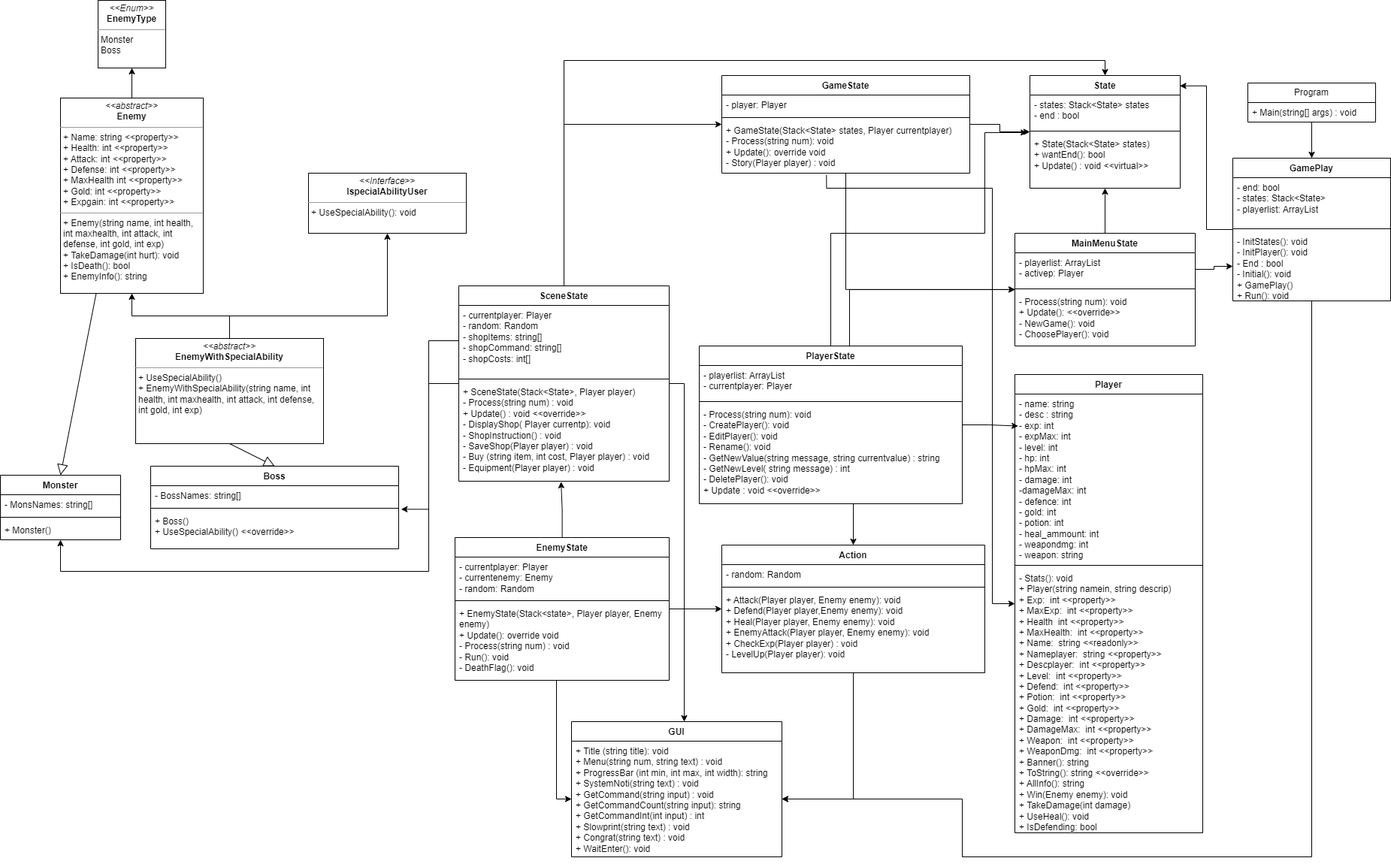
The draw.io diagram Week 6/6.2/ClassDiagram.Draft.png in MinMinis/COS20007---Object-Oriented-Programming, before a commit. Source tidied: cells renumbered, new cells last; positions are measured from the earlier drawing's top-left corner, leaving out a move shared by most shapes.
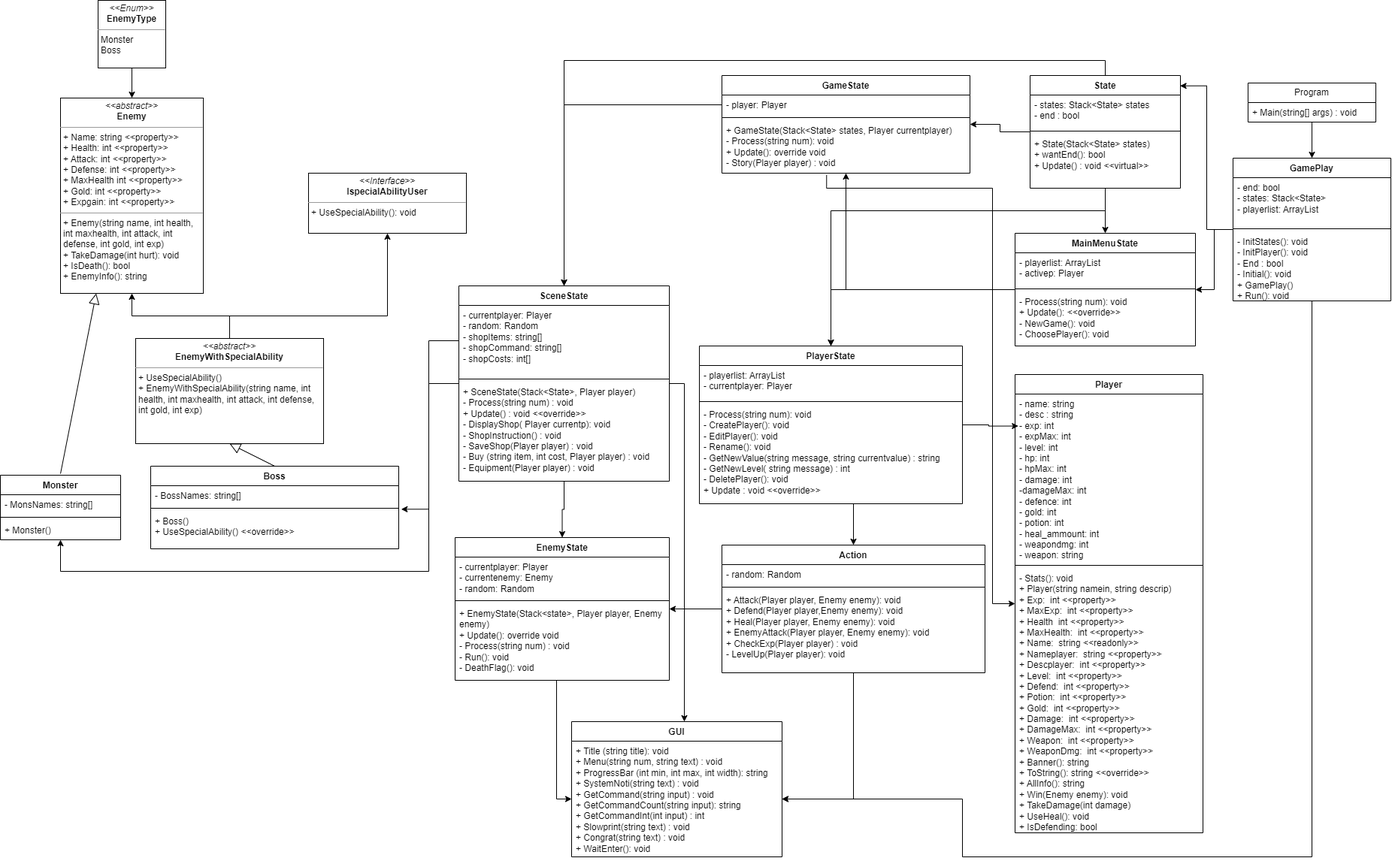
After the commit.

Change to the diagram source:
```diff
@@ -5,6 +5,9 @@
     <mxCell id="2" value="&lt;p style=&quot;margin:0px;margin-top:4px;text-align:center;&quot;&gt;&lt;i&gt;&amp;lt;&amp;lt;Interface&amp;gt;&amp;gt;&lt;/i&gt;&lt;br&gt;&lt;b&gt;IspecialAbilityUser&lt;/b&gt;&lt;/p&gt;&lt;hr size=&quot;1&quot;&gt;&lt;p style=&quot;margin:0px;margin-left:4px;&quot;&gt;&lt;/p&gt;&lt;p style=&quot;margin:0px;margin-left:4px;&quot;&gt;+ UseSpecialAbility(): void&lt;br&gt;&lt;br&gt;&lt;/p&gt;" style="verticalAlign=top;align=left;overflow=fill;fontSize=12;fontFamily=Helvetica;html=1;whiteSpace=wrap;" parent="1" vertex="1">
       <mxGeometry x="410" y="230" width="210" height="80" as="geometry" />
     </mxCell>
+    <mxCell id="80" style="edgeStyle=orthogonalEdgeStyle;rounded=0;jettySize=auto;html=1;entryX=0.5;entryY=0;entryDx=0;entryDy=0;" parent="1" edge="1" source="3" target="8">
+      <mxGeometry relative="1" as="geometry" />
+    </mxCell>
     <mxCell id="3" value="&lt;p style=&quot;margin:0px;margin-top:4px;text-align:center;&quot;&gt;&lt;i&gt;&amp;lt;&amp;lt;Enum&amp;gt;&amp;gt;&lt;/i&gt;&lt;br&gt;&lt;b&gt;EnemyType&lt;/b&gt;&lt;/p&gt;&lt;hr size=&quot;1&quot;&gt;&lt;p style=&quot;margin:0px;margin-left:4px;&quot;&gt;Monster&lt;/p&gt;&lt;p style=&quot;margin:0px;margin-left:4px;&quot;&gt;Boss&lt;/p&gt;&lt;p style=&quot;margin:0px;margin-left:4px;&quot;&gt;&lt;br&gt;&lt;/p&gt;" style="verticalAlign=top;align=left;overflow=fill;fontSize=12;fontFamily=Helvetica;html=1;whiteSpace=wrap;" parent="1" vertex="1">
       <mxGeometry x="130" width="90" height="90" as="geometry" />
     </mxCell>
@@ -23,15 +26,15 @@
     <mxCell id="6" value="&lt;p style=&quot;margin:0px;margin-top:4px;text-align:center;&quot;&gt;&lt;i&gt;&amp;lt;&amp;lt;abstract&amp;gt;&amp;gt;&lt;/i&gt;&lt;br&gt;&lt;b&gt;EnemyWithSpecialAbility&lt;/b&gt;&lt;/p&gt;&lt;hr size=&quot;1&quot;&gt;&lt;p style=&quot;margin:0px;margin-left:4px;&quot;&gt;&lt;span style=&quot;background-color: initial;&quot;&gt;+ UseSpecialAbility()&lt;/span&gt;&lt;/p&gt;&lt;p style=&quot;margin:0px;margin-left:4px;&quot;&gt;+ EnemyWithSpecialAbility(string name, int health, int maxhealth, int attack, int defense, int gold, int exp)&lt;/p&gt;" style="verticalAlign=top;align=left;overflow=fill;fontSize=12;fontFamily=Helvetica;html=1;whiteSpace=wrap;" parent="1" vertex="1">
       <mxGeometry x="180" y="450" width="250" height="140" as="geometry" />
     </mxCell>
-    <mxCell id="7" style="edgeStyle=orthogonalEdgeStyle;rounded=0;jettySize=auto;html=1;" parent="1" edge="1" source="8" target="3">
-      <mxGeometry relative="1" as="geometry" />
-    </mxCell>
     <mxCell id="8" value="&lt;p style=&quot;margin:0px;margin-top:4px;text-align:center;&quot;&gt;&lt;i&gt;&amp;lt;&amp;lt;abstract&amp;gt;&amp;gt;&lt;/i&gt;&lt;br&gt;&lt;b&gt;Enemy&lt;/b&gt;&lt;/p&gt;&lt;hr size=&quot;1&quot;&gt;&lt;p style=&quot;margin:0px;margin-left:4px;&quot;&gt;+ Name: string &amp;lt;&amp;lt;property&amp;gt;&amp;gt;&lt;br&gt;+ Health: int &amp;lt;&amp;lt;property&amp;gt;&amp;gt;&lt;/p&gt;&lt;p style=&quot;margin:0px;margin-left:4px;&quot;&gt;+ Attack: int &amp;lt;&amp;lt;property&amp;gt;&amp;gt;&lt;/p&gt;&lt;p style=&quot;border-color: var(--border-color); margin: 0px 0px 0px 4px;&quot;&gt;+ Defense: int &amp;lt;&amp;lt;property&amp;gt;&amp;gt;&lt;/p&gt;&lt;p style=&quot;border-color: var(--border-color); margin: 0px 0px 0px 4px;&quot;&gt;+ MaxHealth int &amp;lt;&amp;lt;property&amp;gt;&amp;gt;&lt;/p&gt;&lt;div&gt;&lt;p style=&quot;border-color: var(--border-color); margin: 0px 0px 0px 4px;&quot;&gt;+ Gold: int &amp;lt;&amp;lt;property&amp;gt;&amp;gt;&lt;/p&gt;&lt;p style=&quot;border-color: var(--border-color); margin: 0px 0px 0px 4px;&quot;&gt;+ Expgain: int &amp;lt;&amp;lt;property&amp;gt;&amp;gt;&lt;/p&gt;&lt;/div&gt;&lt;hr size=&quot;1&quot;&gt;&lt;p style=&quot;margin:0px;margin-left:4px;&quot;&gt;+ Enemy(string name, int health, int maxhealth, int attack, int defense, int gold, int exp)&lt;br&gt;+ TakeDamage(int hurt): void&lt;/p&gt;&lt;p style=&quot;margin:0px;margin-left:4px;&quot;&gt;+ IsDeath(): bool&lt;/p&gt;&lt;p style=&quot;margin:0px;margin-left:4px;&quot;&gt;+ EnemyInfo(): string&lt;/p&gt;" style="verticalAlign=top;align=left;overflow=fill;fontSize=12;fontFamily=Helvetica;html=1;whiteSpace=wrap;" parent="1" vertex="1">
       <mxGeometry x="80" y="130" width="190" height="260" as="geometry" />
     </mxCell>
     <mxCell id="9" style="edgeStyle=orthogonalEdgeStyle;rounded=0;jettySize=auto;html=1;entryX=1;entryY=0.5;entryDx=0;entryDy=0;" parent="1" edge="1" source="10" target="37">
       <mxGeometry relative="1" as="geometry" />
     </mxCell>
+    <mxCell id="81" style="edgeStyle=orthogonalEdgeStyle;rounded=0;jettySize=auto;html=1;" parent="1" edge="1" source="10" target="20">
+      <mxGeometry relative="1" as="geometry" />
+    </mxCell>
     <mxCell id="10" value="Action" style="swimlane;fontStyle=1;align=center;verticalAlign=top;horizontal=1;startSize=26;whiteSpace=wrap;html=1;" parent="1" vertex="1">
       <mxGeometry x="960" y="725" width="350" height="170" as="geometry" />
     </mxCell>
@@ -56,12 +59,6 @@
     <mxCell id="17" value="+ Boss()&lt;br&gt;+ UseSpecialAbility() &amp;lt;&amp;lt;override&amp;gt;&amp;gt;" style="text;strokeColor=none;fillColor=none;align=left;verticalAlign=top;spacingLeft=4;spacingRight=4;overflow=hidden;points=[[0,0.5],[1,0.5]];portConstraint=eastwest;whiteSpace=wrap;html=1;" parent="14" vertex="1">
       <mxGeometry y="60" width="330" height="50" as="geometry" />
     </mxCell>
-    <mxCell id="18" style="edgeStyle=orthogonalEdgeStyle;rounded=0;jettySize=auto;html=1;entryX=0.486;entryY=1.006;entryDx=0;entryDy=0;entryPerimeter=0;" parent="1" edge="1" source="20" target="69">
-      <mxGeometry relative="1" as="geometry" />
-    </mxCell>
-    <mxCell id="19" style="edgeStyle=orthogonalEdgeStyle;rounded=0;jettySize=auto;html=1;" parent="1" edge="1" source="20" target="10">
-      <mxGeometry relative="1" as="geometry" />
-    </mxCell>
     <mxCell id="20" value="EnemyState" style="swimlane;fontStyle=1;align=center;verticalAlign=top;horizontal=1;startSize=26;whiteSpace=wrap;html=1;" parent="1" vertex="1">
       <mxGeometry x="605" y="715" width="285" height="190" as="geometry" />
     </mxCell>
@@ -86,6 +83,9 @@
         </Array>
       </mxGeometry>
     </mxCell>
+    <mxCell id="82" style="edgeStyle=orthogonalEdgeStyle;rounded=0;jettySize=auto;html=1;" parent="1" edge="1" source="26" target="39">
+      <mxGeometry relative="1" as="geometry" />
+    </mxCell>
     <mxCell id="26" value="GamePlay" style="swimlane;fontStyle=1;align=center;verticalAlign=top;horizontal=1;startSize=26;whiteSpace=wrap;html=1;" parent="1" vertex="1">
       <mxGeometry x="1640" y="210" width="210" height="190" as="geometry" />
     </mxCell>
@@ -98,12 +98,6 @@
     <mxCell id="29" value="- InitStates(): void&lt;br&gt;- InitPlayer(): void&lt;br&gt;- End : bool&lt;br&gt;- Initial(): void&lt;br&gt;+ GamePlay()&lt;br&gt;+ Run(): void" style="text;strokeColor=none;fillColor=none;align=left;verticalAlign=top;spacingLeft=4;spacingRight=4;overflow=hidden;points=[[0,0.5],[1,0.5]];portConstraint=eastwest;whiteSpace=wrap;html=1;" parent="26" vertex="1">
       <mxGeometry y="98" width="210" height="92" as="geometry" />
     </mxCell>
-    <mxCell id="30" style="edgeStyle=orthogonalEdgeStyle;rounded=0;jettySize=auto;html=1;entryX=0.001;entryY=-0.044;entryDx=0;entryDy=0;entryPerimeter=0;" parent="1" edge="1" source="32" target="42">
-      <mxGeometry relative="1" as="geometry" />
-    </mxCell>
-    <mxCell id="31" style="edgeStyle=orthogonalEdgeStyle;rounded=0;jettySize=auto;html=1;" parent="1" edge="1" source="32" target="70">
-      <mxGeometry relative="1" as="geometry" />
-    </mxCell>
     <mxCell id="32" value="GameState" style="swimlane;fontStyle=1;align=center;verticalAlign=top;horizontal=1;startSize=26;whiteSpace=wrap;html=1;" parent="1" vertex="1">
       <mxGeometry x="960" y="100" width="330" height="130" as="geometry" />
     </mxCell>
@@ -122,9 +116,12 @@
     <mxCell id="37" value="+ Title (string title): void&lt;br&gt;+ Menu(string num, string text) : void&lt;br&gt;+ ProgressBar (int min, int max, int width): string&lt;br&gt;+ SystemNoti(string text) : void&lt;br&gt;+ GetCommand(string input) : void&lt;br&gt;+ GetCommandCount(string input): string&lt;br&gt;+ GetCommandInt(int input) : int&lt;br&gt;+ Slowprint(string text) : void&lt;br&gt;+ Congrat(string text) : void&lt;br&gt;+ WaitEnter(): void" style="text;strokeColor=none;fillColor=none;align=left;verticalAlign=top;spacingLeft=4;spacingRight=4;overflow=hidden;points=[[0,0.5],[1,0.5]];portConstraint=eastwest;whiteSpace=wrap;html=1;" parent="36" vertex="1">
       <mxGeometry y="26" width="280" height="154" as="geometry" />
     </mxCell>
-    <mxCell id="38" style="edgeStyle=orthogonalEdgeStyle;rounded=0;jettySize=auto;html=1;" parent="1" edge="1" source="39" target="70">
-      <mxGeometry relative="1" as="geometry" />
-    </mxCell>
+    <mxCell id="83" style="edgeStyle=orthogonalEdgeStyle;rounded=0;jettySize=auto;html=1;entryX=0.5;entryY=0;entryDx=0;entryDy=0;" parent="1" edge="1" source="39" target="55">
+      <mxGeometry relative="1" as="geometry" />
+    </mxCell>
+    <mxCell id="84" style="edgeStyle=orthogonalEdgeStyle;rounded=0;jettySize=auto;html=1;" parent="1" edge="1" source="39" target="32">
+      <mxGeometry relative="1" as="geometry" />
+    </mxCell>
     <mxCell id="39" value="MainMenuState" style="swimlane;fontStyle=1;align=center;verticalAlign=top;horizontal=1;startSize=26;whiteSpace=wrap;html=1;" parent="1" vertex="1">
       <mxGeometry x="1350" y="310" width="240" height="150" as="geometry" />
     </mxCell>
@@ -161,15 +158,6 @@
     <mxCell id="50" value="- Stats(): void&lt;br&gt;+ Player(string namein, string descrip)&lt;br&gt;+ Exp:&amp;nbsp; int &amp;lt;&amp;lt;property&amp;gt;&amp;gt;&lt;br&gt;+ MaxExp:&amp;nbsp; int &amp;lt;&amp;lt;property&amp;gt;&amp;gt;&lt;br&gt;+ Health&amp;nbsp; int &amp;lt;&amp;lt;property&amp;gt;&amp;gt;&lt;br&gt;+ MaxHealth:&amp;nbsp; int &amp;lt;&amp;lt;property&amp;gt;&amp;gt;&lt;br&gt;+ Name:&amp;nbsp; string &amp;lt;&amp;lt;readonly&amp;gt;&amp;gt;&lt;br&gt;+ Nameplayer:&amp;nbsp; string &amp;lt;&amp;lt;property&amp;gt;&amp;gt;&lt;br&gt;+ Descplayer:&amp;nbsp; int &amp;lt;&amp;lt;property&amp;gt;&amp;gt;&lt;br&gt;+ Level:&amp;nbsp; int &amp;lt;&amp;lt;property&amp;gt;&amp;gt;&lt;br&gt;+ Defend:&amp;nbsp; int &amp;lt;&amp;lt;property&amp;gt;&amp;gt;&lt;br&gt;+ Potion:&amp;nbsp; int &amp;lt;&amp;lt;property&amp;gt;&amp;gt;&lt;br&gt;+ Gold:&amp;nbsp; int &amp;lt;&amp;lt;property&amp;gt;&amp;gt;&lt;br&gt;+ Damage:&amp;nbsp; int &amp;lt;&amp;lt;property&amp;gt;&amp;gt;&lt;br&gt;+ DamageMax:&amp;nbsp; int &amp;lt;&amp;lt;property&amp;gt;&amp;gt;&lt;br&gt;+ Weapon:&amp;nbsp; int &amp;lt;&amp;lt;property&amp;gt;&amp;gt;&lt;br&gt;+ WeaponDmg:&amp;nbsp; int &amp;lt;&amp;lt;property&amp;gt;&amp;gt;&lt;br&gt;+ Banner(): string&lt;br&gt;+ ToString(): string &amp;lt;&amp;lt;override&amp;gt;&amp;gt;&lt;br&gt;+ AllInfo(): string&lt;br&gt;+ Win(Enemy enemy): void&lt;br&gt;+ TakeDamage(int damage)&lt;br&gt;+ UseHeal(): void&lt;br&gt;+ IsDefending: bool" style="text;strokeColor=none;fillColor=none;align=left;verticalAlign=top;spacingLeft=4;spacingRight=4;overflow=hidden;whiteSpace=wrap;html=1;" parent="47" vertex="1">
       <mxGeometry y="258" width="250" height="352" as="geometry" />
     </mxCell>
-    <mxCell id="51" style="edgeStyle=orthogonalEdgeStyle;rounded=0;jettySize=auto;html=1;entryX=-0.019;entryY=-0.029;entryDx=0;entryDy=0;entryPerimeter=0;" parent="1" edge="1" source="55" target="73">
-      <mxGeometry relative="1" as="geometry">
-        <Array as="points">
-          <mxPoint x="1105" y="310" />
-          <mxPoint x="1310" y="310" />
-          <mxPoint x="1310" y="176" />
-        </Array>
-      </mxGeometry>
-    </mxCell>
     <mxCell id="52" style="edgeStyle=orthogonalEdgeStyle;rounded=0;jettySize=auto;html=1;entryX=0.5;entryY=0;entryDx=0;entryDy=0;" parent="1" edge="1" source="55" target="10">
       <mxGeometry relative="1" as="geometry">
         <Array as="points">
@@ -178,13 +166,6 @@
         </Array>
       </mxGeometry>
     </mxCell>
-    <mxCell id="53" style="edgeStyle=orthogonalEdgeStyle;rounded=0;jettySize=auto;html=1;" parent="1" edge="1" source="55" target="39">
-      <mxGeometry relative="1" as="geometry">
-        <Array as="points">
-          <mxPoint x="1130" y="385" />
-        </Array>
-      </mxGeometry>
-    </mxCell>
     <mxCell id="54" style="edgeStyle=orthogonalEdgeStyle;rounded=0;jettySize=auto;html=1;entryX=0.017;entryY=0.19;entryDx=0;entryDy=0;entryPerimeter=0;" parent="1" edge="1" source="55" target="48">
       <mxGeometry relative="1" as="geometry" />
     </mxCell>
@@ -209,14 +190,6 @@
     <mxCell id="61" value="+ Main(string[] args) : void" style="text;strokeColor=none;fillColor=none;align=left;verticalAlign=top;spacingLeft=4;spacingRight=4;overflow=hidden;whiteSpace=wrap;html=1;" parent="60" vertex="1">
       <mxGeometry y="26" width="170" height="26" as="geometry" />
     </mxCell>
-    <mxCell id="62" style="edgeStyle=orthogonalEdgeStyle;rounded=0;jettySize=auto;html=1;entryX=0.5;entryY=0;entryDx=0;entryDy=0;" parent="1" edge="1" source="66" target="70">
-      <mxGeometry relative="1" as="geometry">
-        <Array as="points">
-          <mxPoint x="750" y="80" />
-          <mxPoint x="1470" y="80" />
-        </Array>
-      </mxGeometry>
-    </mxCell>
     <mxCell id="63" style="edgeStyle=orthogonalEdgeStyle;rounded=0;jettySize=auto;html=1;" parent="1" edge="1" source="66" target="43">
       <mxGeometry relative="1" as="geometry">
         <Array as="points">
@@ -235,13 +208,9 @@
         </Array>
       </mxGeometry>
     </mxCell>
-    <mxCell id="65" style="edgeStyle=orthogonalEdgeStyle;rounded=0;jettySize=auto;html=1;" parent="1" edge="1" source="66" target="32">
-      <mxGeometry relative="1" as="geometry">
-        <Array as="points">
-          <mxPoint x="750" y="165" />
-        </Array>
-      </mxGeometry>
-    </mxCell>
+    <mxCell id="85" style="edgeStyle=orthogonalEdgeStyle;rounded=0;jettySize=auto;html=1;entryX=0.5;entryY=0;entryDx=0;entryDy=0;" parent="1" edge="1" source="66" target="20">
+      <mxGeometry relative="1" as="geometry" />
+    </mxCell>
     <mxCell id="66" value="SceneState" style="swimlane;fontStyle=1;align=center;verticalAlign=top;horizontal=1;startSize=26;whiteSpace=wrap;html=1;" parent="1" vertex="1">
       <mxGeometry x="610" y="380" width="280" height="260" as="geometry" />
     </mxCell>
@@ -254,6 +223,28 @@
     <mxCell id="69" value="+ SceneState(Stack&amp;lt;State&amp;gt;, Player player)&lt;br&gt;- Process(string num) : void&lt;br&gt;+ Update() : void &amp;lt;&amp;lt;override&amp;gt;&amp;gt;&lt;br&gt;- DisplayShop( Player currentp): void&lt;br&gt;- ShopInstruction() : void&lt;br&gt;- SaveShop(Player player) : void&lt;br&gt;- Buy (string item, int cost, Player player) : void&lt;br&gt;- Equipment(Player player) : void" style="text;strokeColor=none;fillColor=none;align=left;verticalAlign=top;spacingLeft=4;spacingRight=4;overflow=hidden;points=[[0,0.5],[1,0.5]];portConstraint=eastwest;whiteSpace=wrap;html=1;" parent="66" vertex="1">
       <mxGeometry y="128" width="280" height="132" as="geometry" />
     </mxCell>
+    <mxCell id="86" style="edgeStyle=orthogonalEdgeStyle;rounded=0;jettySize=auto;html=1;entryX=0.5;entryY=0;entryDx=0;entryDy=0;" parent="1" edge="1" source="70" target="66">
+      <mxGeometry relative="1" as="geometry">
+        <Array as="points">
+          <mxPoint x="1470" y="80" />
+          <mxPoint x="750" y="80" />
+        </Array>
+      </mxGeometry>
+    </mxCell>
+    <mxCell id="87" style="edgeStyle=orthogonalEdgeStyle;rounded=0;jettySize=auto;html=1;entryX=0.5;entryY=0;entryDx=0;entryDy=0;" parent="1" edge="1" source="70" target="39">
+      <mxGeometry relative="1" as="geometry" />
+    </mxCell>
+    <mxCell id="88" style="edgeStyle=orthogonalEdgeStyle;rounded=0;jettySize=auto;html=1;" parent="1" edge="1" source="70" target="32">
+      <mxGeometry relative="1" as="geometry" />
+    </mxCell>
+    <mxCell id="89" style="edgeStyle=orthogonalEdgeStyle;rounded=0;jettySize=auto;html=1;entryX=0.5;entryY=0;entryDx=0;entryDy=0;" parent="1" edge="1" source="70" target="55">
+      <mxGeometry relative="1" as="geometry">
+        <Array as="points">
+          <mxPoint x="1470" y="280" />
+          <mxPoint x="1105" y="280" />
+        </Array>
+      </mxGeometry>
+    </mxCell>
     <mxCell id="70" value="State" style="swimlane;fontStyle=1;align=center;verticalAlign=top;horizontal=1;startSize=26;whiteSpace=wrap;html=1;" parent="1" vertex="1">
       <mxGeometry x="1370" y="100" width="200" height="150" as="geometry" />
     </mxCell>
@@ -266,16 +257,15 @@
     <mxCell id="73" value="+ State(Stack&amp;lt;State&amp;gt; states)&lt;br&gt;+ wantEnd(): bool&lt;br&gt;+ Update() : void &amp;lt;&amp;lt;virtual&amp;gt;&amp;gt;" style="text;strokeColor=none;fillColor=none;align=left;verticalAlign=top;spacingLeft=4;spacingRight=4;overflow=hidden;points=[[0,0.5],[1,0.5]];portConstraint=eastwest;whiteSpace=wrap;html=1;" parent="70" vertex="1">
       <mxGeometry y="78" width="200" height="72" as="geometry" />
     </mxCell>
-    <mxCell id="74" style="edgeStyle=orthogonalEdgeStyle;rounded=0;jettySize=auto;html=1;entryX=0;entryY=0.5;entryDx=0;entryDy=0;" parent="1" edge="1" source="40" target="29">
-      <mxGeometry relative="1" as="geometry" />
-    </mxCell>
     <mxCell id="75" style="edgeStyle=orthogonalEdgeStyle;rounded=0;jettySize=auto;html=1;entryX=1.01;entryY=-0.054;entryDx=0;entryDy=0;entryPerimeter=0;" parent="1" edge="1" source="67" target="17">
       <mxGeometry relative="1" as="geometry" />
     </mxCell>
-    <mxCell id="76" style="endArrow=block;endFill=0;endSize=12;html=1;rounded=0;exitX=0.25;exitY=1;exitDx=0;exitDy=0;entryX=0.5;entryY=0;entryDx=0;entryDy=0;" parent="1" edge="1" source="8" target="43">
-      <mxGeometry relative="1" as="geometry" />
+    <mxCell id="76" style="endArrow=block;endFill=0;endSize=12;html=1;rounded=0;entryX=0.25;entryY=1;entryDx=0;entryDy=0;" parent="1" edge="1" target="8">
+      <mxGeometry relative="1" as="geometry">
+        <mxPoint x="80" y="630" as="sourcePoint" />
+      </mxGeometry>
     </mxCell>
-    <mxCell id="77" style="endArrow=block;endFill=0;endSize=12;html=1;rounded=0;exitX=0.5;exitY=1;exitDx=0;exitDy=0;entryX=0.5;entryY=0;entryDx=0;entryDy=0;" parent="1" edge="1" source="6" target="14">
+    <mxCell id="77" style="endArrow=block;endFill=0;endSize=12;html=1;rounded=0;exitX=0.5;exitY=0;exitDx=0;exitDy=0;entryX=0.5;entryY=1;entryDx=0;entryDy=0;" parent="1" edge="1" source="14" target="6">
       <mxGeometry relative="1" as="geometry" />
     </mxCell>
     <mxCell id="78" style="edgeStyle=orthogonalEdgeStyle;rounded=0;jettySize=auto;html=1;exitX=0.422;exitY=1.034;exitDx=0;exitDy=0;exitPerimeter=0;" parent="1" edge="1" source="35" target="47">
@@ -294,5 +284,8 @@
         </Array>
       </mxGeometry>
     </mxCell>
+    <mxCell id="90" style="edgeStyle=orthogonalEdgeStyle;rounded=0;jettySize=auto;html=1;" parent="1" edge="1" source="33" target="66">
+      <mxGeometry relative="1" as="geometry" />
+    </mxCell>
   </root>
 </mxGraphModel>
```
